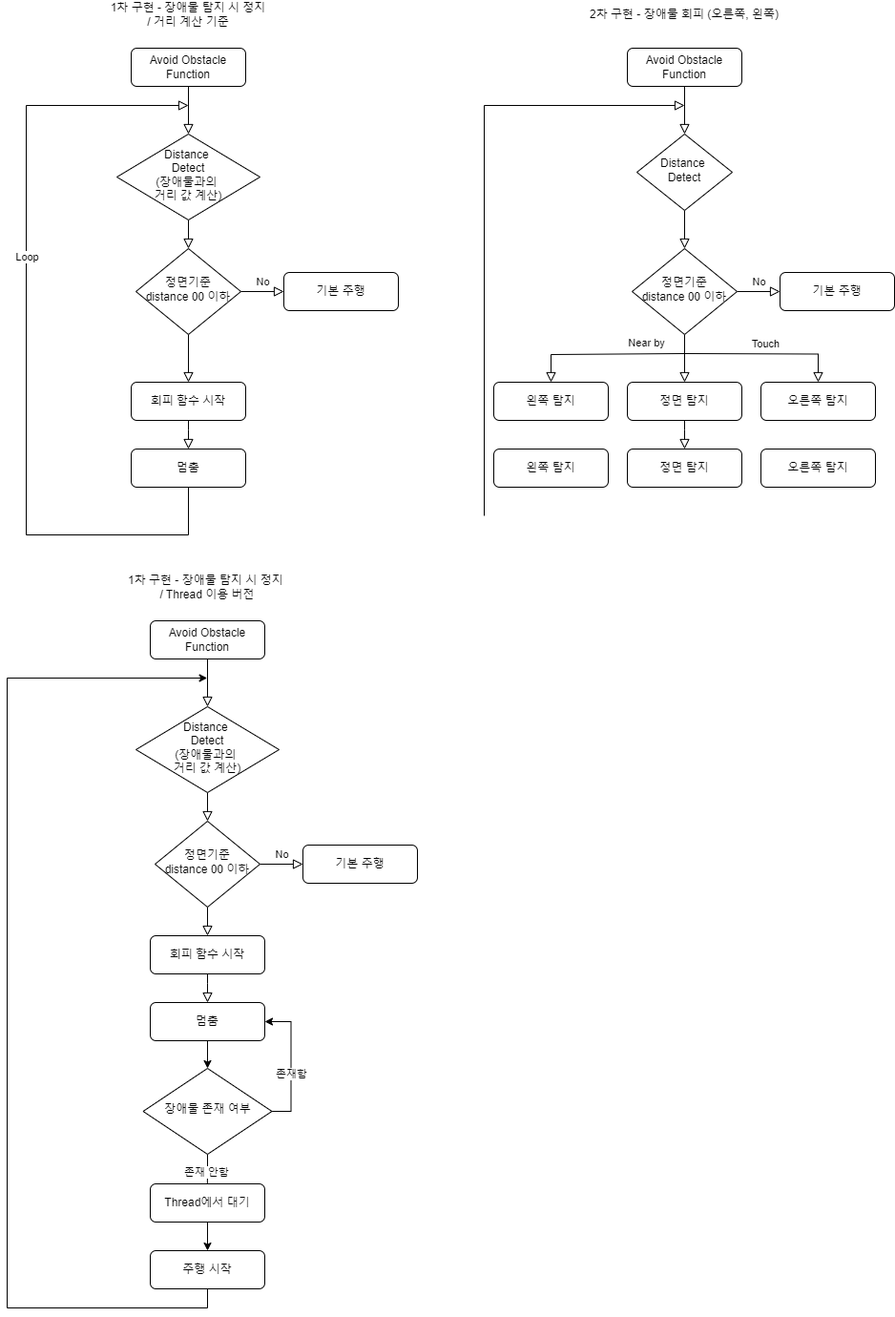
Earlier version of the draw.io export 장애물 순서도.drawio.png (IVSTeam4/Practice). Source tidied: cells renumbered, new cells last; positions are measured from the earlier drawing's top-left corner, leaving out a move shared by most shapes.
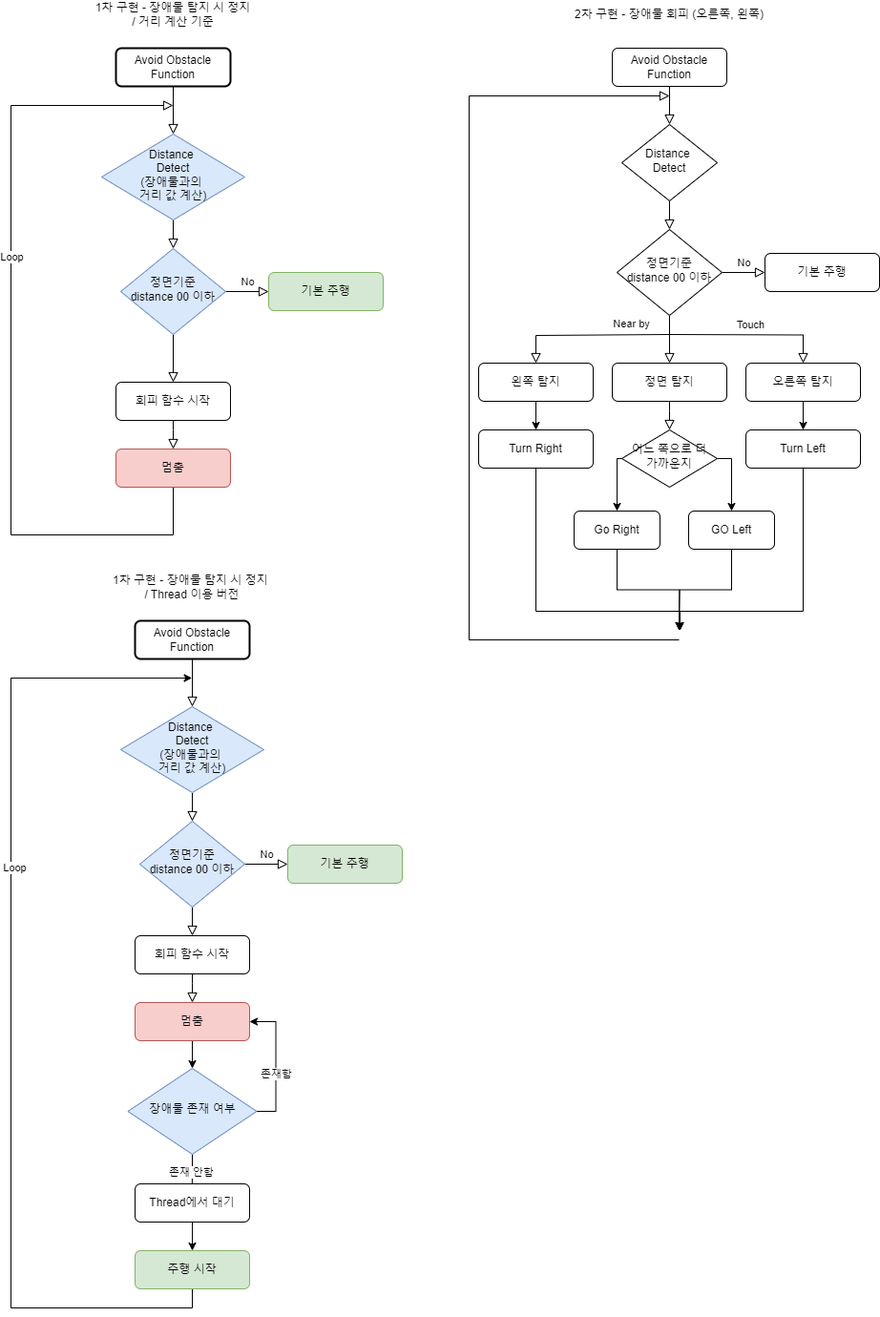
The same file after the commit.

Commit message:
장애물 순서도.drawio.png 업데이트

What changed in the source:
```diff
@@ -7,3 +7,3 @@
     </mxCell>
-    <mxCell id="3" value="Avoid Obstacle Function" style="rounded=1;whiteSpace=wrap;html=1;fontSize=12;glass=0;strokeWidth=1;shadow=0;" parent="1" vertex="1">
+    <mxCell id="3" value="Avoid Obstacle Function" style="rounded=1;whiteSpace=wrap;html=1;fontSize=12;glass=0;strokeWidth=2;shadow=0;" parent="1" vertex="1">
       <mxGeometry x="130" y="50" width="120" height="40" as="geometry" />
@@ -13,3 +13,3 @@
     </mxCell>
-    <mxCell id="5" value="Distance&amp;nbsp;&lt;div&gt;Detect&lt;br&gt;(장애물과의&amp;nbsp;&lt;/div&gt;&lt;div&gt;거리 값 계산)&lt;/div&gt;" style="rhombus;whiteSpace=wrap;html=1;shadow=0;fontFamily=Helvetica;fontSize=12;align=center;strokeWidth=1;spacing=6;spacingTop=-4;" parent="1" vertex="1">
+    <mxCell id="5" value="Distance&amp;nbsp;&lt;div&gt;Detect&lt;br&gt;(장애물과의&amp;nbsp;&lt;/div&gt;&lt;div&gt;거리 값 계산)&lt;/div&gt;" style="rhombus;whiteSpace=wrap;html=1;shadow=0;fontFamily=Helvetica;fontSize=12;align=center;strokeWidth=1;spacing=6;spacingTop=-4;fillColor=#dae8fc;strokeColor=#6c8ebf;" parent="1" vertex="1">
       <mxGeometry x="115" y="140" width="150" height="90" as="geometry" />
@@ -22,3 +22,3 @@
     </mxCell>
-    <mxCell id="8" value="정면기준&lt;div&gt;distance 00 이하&lt;/div&gt;" style="rhombus;whiteSpace=wrap;html=1;shadow=0;fontFamily=Helvetica;fontSize=12;align=center;strokeWidth=1;spacing=6;spacingTop=-4;" parent="1" vertex="1">
+    <mxCell id="8" value="정면기준&lt;div&gt;distance 00 이하&lt;/div&gt;" style="rhombus;whiteSpace=wrap;html=1;shadow=0;fontFamily=Helvetica;fontSize=12;align=center;strokeWidth=1;spacing=6;spacingTop=-4;fillColor=#dae8fc;strokeColor=#6c8ebf;" parent="1" vertex="1">
       <mxGeometry x="135" y="260" width="110" height="90" as="geometry" />
@@ -28,3 +28,3 @@
     </mxCell>
-    <mxCell id="10" value="기본 주행" style="rounded=1;whiteSpace=wrap;html=1;fontSize=12;glass=0;strokeWidth=1;shadow=0;" parent="1" vertex="1">
+    <mxCell id="10" value="기본 주행" style="rounded=1;whiteSpace=wrap;html=1;fontSize=12;glass=0;strokeWidth=1;shadow=0;fillColor=#d5e8d4;strokeColor=#82b366;" parent="1" vertex="1">
       <mxGeometry x="290" y="285" width="120" height="40" as="geometry" />
@@ -46,3 +46,3 @@
     </mxCell>
-    <mxCell id="13" value="멈춤" style="rounded=1;whiteSpace=wrap;html=1;fontSize=12;glass=0;strokeWidth=1;shadow=0;" parent="1" vertex="1">
+    <mxCell id="13" value="멈춤" style="rounded=1;whiteSpace=wrap;html=1;fontSize=12;glass=0;strokeWidth=1;shadow=0;fillColor=#f8cecc;strokeColor=#b85450;" parent="1" vertex="1">
       <mxGeometry x="130" y="470" width="120" height="40" as="geometry" />
@@ -67,3 +67,3 @@
     <mxCell id="18" value="Distance&amp;nbsp;&lt;div&gt;Detect&lt;/div&gt;" style="rhombus;whiteSpace=wrap;html=1;shadow=0;fontFamily=Helvetica;fontSize=12;align=center;strokeWidth=1;spacing=6;spacingTop=-4;" parent="1" vertex="1">
-      <mxGeometry x="660" y="140" width="100" height="80" as="geometry" />
+      <mxGeometry x="660" y="130" width="100" height="80" as="geometry" />
     </mxCell>
@@ -76,15 +76,21 @@
     <mxCell id="21" value="정면기준&lt;div&gt;distance 00 이하&lt;/div&gt;" style="rhombus;whiteSpace=wrap;html=1;shadow=0;fontFamily=Helvetica;fontSize=12;align=center;strokeWidth=1;spacing=6;spacingTop=-4;" parent="1" vertex="1">
-      <mxGeometry x="655" y="260" width="110" height="90" as="geometry" />
+      <mxGeometry x="655" y="240" width="110" height="90" as="geometry" />
     </mxCell>
     <mxCell id="22" value="정면 탐지" style="rounded=1;whiteSpace=wrap;html=1;fontSize=12;glass=0;strokeWidth=1;shadow=0;" parent="1" vertex="1">
-      <mxGeometry x="650" y="400" width="120" height="40" as="geometry" />
+      <mxGeometry x="650" y="380" width="120" height="40" as="geometry" />
     </mxCell>
     <mxCell id="23" value="기본 주행" style="rounded=1;whiteSpace=wrap;html=1;fontSize=12;glass=0;strokeWidth=1;shadow=0;" parent="1" vertex="1">
-      <mxGeometry x="810" y="285" width="120" height="40" as="geometry" />
+      <mxGeometry x="810" y="265" width="120" height="40" as="geometry" />
     </mxCell>
+    <mxCell id="57" style="edgeStyle=orthogonalEdgeStyle;rounded=0;jettySize=auto;html=1;exitX=0.5;exitY=1;exitDx=0;exitDy=0;entryX=0.5;entryY=0;entryDx=0;entryDy=0;" parent="1" edge="1" source="24" target="30">
+      <mxGeometry relative="1" as="geometry" />
+    </mxCell>
     <mxCell id="24" value="오른쪽 탐지" style="rounded=1;whiteSpace=wrap;html=1;fontSize=12;glass=0;strokeWidth=1;shadow=0;" parent="1" vertex="1">
-      <mxGeometry x="790" y="400" width="120" height="40" as="geometry" />
+      <mxGeometry x="790" y="380" width="120" height="40" as="geometry" />
     </mxCell>
+    <mxCell id="58" style="edgeStyle=orthogonalEdgeStyle;rounded=0;jettySize=auto;html=1;exitX=0.5;exitY=1;exitDx=0;exitDy=0;entryX=0.5;entryY=0;entryDx=0;entryDy=0;" parent="1" edge="1" source="25" target="31">
+      <mxGeometry relative="1" as="geometry" />
+    </mxCell>
     <mxCell id="25" value="왼쪽 탐지" style="rounded=1;whiteSpace=wrap;html=1;fontSize=12;glass=0;strokeWidth=1;shadow=0;" parent="1" vertex="1">
-      <mxGeometry x="510" y="400" width="120" height="40" as="geometry" />
+      <mxGeometry x="510" y="380" width="120" height="40" as="geometry" />
     </mxCell>
@@ -92,3 +98,3 @@
       <mxGeometry y="10" relative="1" as="geometry">
-        <mxPoint x="710" y="370" as="sourcePoint" />
+        <mxPoint x="710" y="350" as="sourcePoint" />
       </mxGeometry>
@@ -97,8 +103,8 @@
       <mxGeometry x="-0.52" y="-11" relative="1" as="geometry">
-        <mxPoint x="710" y="370" as="sourcePoint" />
-        <mxPoint x="570" y="400" as="targetPoint" />
+        <mxPoint x="710" y="350" as="sourcePoint" />
+        <mxPoint x="570" y="380" as="targetPoint" />
         <Array as="points">
-          <mxPoint x="710" y="370" />
-          <mxPoint x="710" y="371" />
-          <mxPoint x="570" y="371" />
+          <mxPoint x="710" y="350" />
+          <mxPoint x="710" y="351" />
+          <mxPoint x="570" y="351" />
         </Array>
@@ -108,6 +114,7 @@
       <mxGeometry y="20" relative="1" as="geometry">
-        <mxPoint x="500" y="540" as="sourcePoint" />
-        <mxPoint x="710" y="110" as="targetPoint" />
+        <mxPoint x="720" y="670" as="sourcePoint" />
+        <mxPoint x="710" y="100" as="targetPoint" />
         <Array as="points">
-          <mxPoint x="500" y="110" />
+          <mxPoint x="500" y="670" />
+          <mxPoint x="500" y="100" />
         </Array>
@@ -115,16 +122,34 @@
     </mxCell>
-    <mxCell id="29" value="정면 탐지" style="rounded=1;whiteSpace=wrap;html=1;fontSize=12;glass=0;strokeWidth=1;shadow=0;" parent="1" vertex="1">
-      <mxGeometry x="650" y="470" width="120" height="40" as="geometry" />
-    </mxCell>
+    <mxCell id="59" style="edgeStyle=orthogonalEdgeStyle;rounded=0;jettySize=auto;html=1;exitX=0.5;exitY=1;exitDx=0;exitDy=0;" parent="1" edge="1" source="30">
+      <mxGeometry relative="1" as="geometry">
+        <mxPoint x="720" y="660" as="targetPoint" />
+        <Array as="points">
+          <mxPoint x="850" y="640" />
+          <mxPoint x="721" y="640" />
+          <mxPoint x="721" y="660" />
+        </Array>
+      </mxGeometry>
+    </mxCell>
-    <mxCell id="30" value="오른쪽 탐지" style="rounded=1;whiteSpace=wrap;html=1;fontSize=12;glass=0;strokeWidth=1;shadow=0;" parent="1" vertex="1">
-      <mxGeometry x="790" y="470" width="120" height="40" as="geometry" />
+    <mxCell id="30" value="Turn Left" style="rounded=1;whiteSpace=wrap;html=1;fontSize=12;glass=0;strokeWidth=1;shadow=0;" parent="1" vertex="1">
+      <mxGeometry x="790" y="450" width="120" height="40" as="geometry" />
     </mxCell>
+    <mxCell id="60" style="edgeStyle=orthogonalEdgeStyle;rounded=0;jettySize=auto;html=1;exitX=0.5;exitY=1;exitDx=0;exitDy=0;" parent="1" edge="1" source="31">
+      <mxGeometry relative="1" as="geometry">
+        <mxPoint x="720" y="660" as="targetPoint" />
+        <Array as="points">
+          <mxPoint x="570" y="640" />
+          <mxPoint x="721" y="640" />
+          <mxPoint x="721" y="660" />
+        </Array>
+      </mxGeometry>
+    </mxCell>
-    <mxCell id="31" value="왼쪽 탐지" style="rounded=1;whiteSpace=wrap;html=1;fontSize=12;glass=0;strokeWidth=1;shadow=0;" parent="1" vertex="1">
-      <mxGeometry x="510" y="470" width="120" height="40" as="geometry" />
+    <mxCell id="31" value="Turn Right" style="rounded=1;whiteSpace=wrap;html=1;fontSize=12;glass=0;strokeWidth=1;shadow=0;" parent="1" vertex="1">
+      <mxGeometry x="510" y="450" width="120" height="40" as="geometry" />
     </mxCell>
-    <mxCell id="32" style="rounded=0;html=1;jettySize=auto;fontSize=11;endArrow=block;endFill=0;endSize=8;strokeWidth=1;shadow=0;labelBackgroundColor=none;edgeStyle=orthogonalEdgeStyle;exitX=0.5;exitY=1;exitDx=0;exitDy=0;entryX=0.5;entryY=0;entryDx=0;entryDy=0;" parent="1" edge="1" source="22" target="29">
+    <mxCell id="32" style="rounded=0;html=1;jettySize=auto;fontSize=11;endArrow=block;endFill=0;endSize=8;strokeWidth=1;shadow=0;labelBackgroundColor=none;edgeStyle=orthogonalEdgeStyle;exitX=0.5;exitY=1;exitDx=0;exitDy=0;entryX=0.5;entryY=0;entryDx=0;entryDy=0;" parent="1" edge="1" source="22">
       <mxGeometry x="-0.6" y="20" relative="1" as="geometry">
+        <mxPoint x="710" y="450" as="targetPoint" />
         <Array as="points">
-          <mxPoint x="710" y="450" />
-          <mxPoint x="710" y="450" />
+          <mxPoint x="710" y="430" />
+          <mxPoint x="710" y="430" />
         </Array>
@@ -141,3 +166,3 @@
     </mxCell>
-    <mxCell id="36" value="Avoid Obstacle Function" style="rounded=1;whiteSpace=wrap;html=1;fontSize=12;glass=0;strokeWidth=1;shadow=0;" parent="1" vertex="1">
+    <mxCell id="36" value="Avoid Obstacle Function" style="rounded=1;whiteSpace=wrap;html=1;fontSize=12;glass=0;strokeWidth=2;shadow=0;" parent="1" vertex="1">
       <mxGeometry x="150" y="650" width="120" height="40" as="geometry" />
@@ -147,3 +172,3 @@
     </mxCell>
-    <mxCell id="38" value="Distance&amp;nbsp;&lt;div&gt;Detect&lt;br&gt;(장애물과의&amp;nbsp;&lt;/div&gt;&lt;div&gt;거리 값 계산)&lt;/div&gt;" style="rhombus;whiteSpace=wrap;html=1;shadow=0;fontFamily=Helvetica;fontSize=12;align=center;strokeWidth=1;spacing=6;spacingTop=-4;" parent="1" vertex="1">
+    <mxCell id="38" value="Distance&amp;nbsp;&lt;div&gt;Detect&lt;br&gt;(장애물과의&amp;nbsp;&lt;/div&gt;&lt;div&gt;거리 값 계산)&lt;/div&gt;" style="rhombus;whiteSpace=wrap;html=1;shadow=0;fontFamily=Helvetica;fontSize=12;align=center;strokeWidth=1;spacing=6;spacingTop=-4;fillColor=#dae8fc;strokeColor=#6c8ebf;" parent="1" vertex="1">
       <mxGeometry x="135" y="740" width="150" height="90" as="geometry" />
@@ -156,3 +181,3 @@
     </mxCell>
-    <mxCell id="41" value="정면기준&lt;div&gt;distance 00 이하&lt;/div&gt;" style="rhombus;whiteSpace=wrap;html=1;shadow=0;fontFamily=Helvetica;fontSize=12;align=center;strokeWidth=1;spacing=6;spacingTop=-4;" parent="1" vertex="1">
+    <mxCell id="41" value="정면기준&lt;div&gt;distance 00 이하&lt;/div&gt;" style="rhombus;whiteSpace=wrap;html=1;shadow=0;fontFamily=Helvetica;fontSize=12;align=center;strokeWidth=1;spacing=6;spacingTop=-4;fillColor=#dae8fc;strokeColor=#6c8ebf;" parent="1" vertex="1">
       <mxGeometry x="155" y="860" width="110" height="90" as="geometry" />
@@ -162,3 +187,3 @@
     </mxCell>
-    <mxCell id="43" value="기본 주행" style="rounded=1;whiteSpace=wrap;html=1;fontSize=12;glass=0;strokeWidth=1;shadow=0;" parent="1" vertex="1">
+    <mxCell id="43" value="기본 주행" style="rounded=1;whiteSpace=wrap;html=1;fontSize=12;glass=0;strokeWidth=1;shadow=0;fillColor=#d5e8d4;strokeColor=#82b366;" parent="1" vertex="1">
       <mxGeometry x="310" y="885" width="120" height="40" as="geometry" />
@@ -168,3 +193,3 @@
     </mxCell>
-    <mxCell id="45" value="멈춤" style="rounded=1;whiteSpace=wrap;html=1;fontSize=12;glass=0;strokeWidth=1;shadow=0;" parent="1" vertex="1">
+    <mxCell id="45" value="멈춤" style="rounded=1;whiteSpace=wrap;html=1;fontSize=12;glass=0;strokeWidth=1;shadow=0;fillColor=#f8cecc;strokeColor=#b85450;" parent="1" vertex="1">
       <mxGeometry x="150" y="1050" width="120" height="40" as="geometry" />
@@ -198,3 +223,3 @@
     </mxCell>
-    <mxCell id="52" value="장애물 존재 여부" style="rhombus;whiteSpace=wrap;html=1;shadow=0;fontFamily=Helvetica;fontSize=12;align=center;strokeWidth=1;spacing=6;spacingTop=-4;" parent="1" vertex="1">
+    <mxCell id="52" value="장애물 존재 여부" style="rhombus;whiteSpace=wrap;html=1;shadow=0;fontFamily=Helvetica;fontSize=12;align=center;strokeWidth=1;spacing=6;spacingTop=-4;fillColor=#dae8fc;strokeColor=#6c8ebf;" parent="1" vertex="1">
       <mxGeometry x="142.5" y="1119" width="135" height="90" as="geometry" />
@@ -212,4 +237,4 @@
           <mxPoint x="210" y="1370" />
-          <mxPoint y="1370" />
-          <mxPoint y="710" />
+          <mxPoint x="20" y="1370" />
+          <mxPoint x="20" y="710" />
         </Array>
@@ -217,5 +242,41 @@
     </mxCell>
+    <mxCell id="61" value="Loop" style="edgeLabel;html=1;align=center;verticalAlign=middle;" parent="55" vertex="1">
+      <mxGeometry x="0.27" y="-3" relative="1" as="geometry" />
+    </mxCell>
-    <mxCell id="56" value="주행 시작" style="rounded=1;whiteSpace=wrap;html=1;fontSize=12;glass=0;strokeWidth=1;shadow=0;" parent="1" vertex="1">
+    <mxCell id="56" value="주행 시작" style="rounded=1;whiteSpace=wrap;html=1;fontSize=12;glass=0;strokeWidth=1;shadow=0;fillColor=#d5e8d4;strokeColor=#82b366;" parent="1" vertex="1">
       <mxGeometry x="150" y="1310" width="120" height="40" as="geometry" />
     </mxCell>
+    <mxCell id="62" style="edgeStyle=orthogonalEdgeStyle;rounded=0;jettySize=auto;html=1;exitX=0;exitY=0.5;exitDx=0;exitDy=0;entryX=0.5;entryY=0;entryDx=0;entryDy=0;" parent="1" edge="1" source="64" target="66">
+      <mxGeometry relative="1" as="geometry">
+        <Array as="points">
+          <mxPoint x="655" y="480" />
+        </Array>
+      </mxGeometry>
+    </mxCell>
+    <mxCell id="63" style="edgeStyle=orthogonalEdgeStyle;rounded=0;jettySize=auto;html=1;exitX=1;exitY=0.5;exitDx=0;exitDy=0;entryX=0.5;entryY=0;entryDx=0;entryDy=0;" parent="1" edge="1" source="64" target="68">
+      <mxGeometry relative="1" as="geometry">
+        <Array as="points">
+          <mxPoint x="775" y="480" />
+        </Array>
+      </mxGeometry>
+    </mxCell>
+    <mxCell id="64" value="어느 쪽으로 더 가까운지" style="rhombus;whiteSpace=wrap;html=1;shadow=0;fontFamily=Helvetica;fontSize=12;align=center;strokeWidth=1;spacing=6;spacingTop=-4;" parent="1" vertex="1">
+      <mxGeometry x="660" y="450" width="100" height="60" as="geometry" />
+    </mxCell>
+    <mxCell id="65" style="edgeStyle=orthogonalEdgeStyle;rounded=0;jettySize=auto;html=1;exitX=0.5;exitY=1;exitDx=0;exitDy=0;" parent="1" edge="1" source="66">
+      <mxGeometry relative="1" as="geometry">
+        <mxPoint x="720" y="660" as="targetPoint" />
+      </mxGeometry>
+    </mxCell>
+    <mxCell id="66" value="Go Right" style="rounded=1;whiteSpace=wrap;html=1;fontSize=12;glass=0;strokeWidth=1;shadow=0;" parent="1" vertex="1">
+      <mxGeometry x="610" y="535" width="90" height="40" as="geometry" />
+    </mxCell>
+    <mxCell id="67" style="edgeStyle=orthogonalEdgeStyle;rounded=0;jettySize=auto;html=1;exitX=0.5;exitY=1;exitDx=0;exitDy=0;" parent="1" edge="1" source="68">
+      <mxGeometry relative="1" as="geometry">
+        <mxPoint x="720" y="660" as="targetPoint" />
+      </mxGeometry>
+    </mxCell>
+    <mxCell id="68" value="GO Left" style="rounded=1;whiteSpace=wrap;html=1;fontSize=12;glass=0;strokeWidth=1;shadow=0;" parent="1" vertex="1">
+      <mxGeometry x="730" y="535" width="90" height="40" as="geometry" />
+    </mxCell>
   </root>
```
